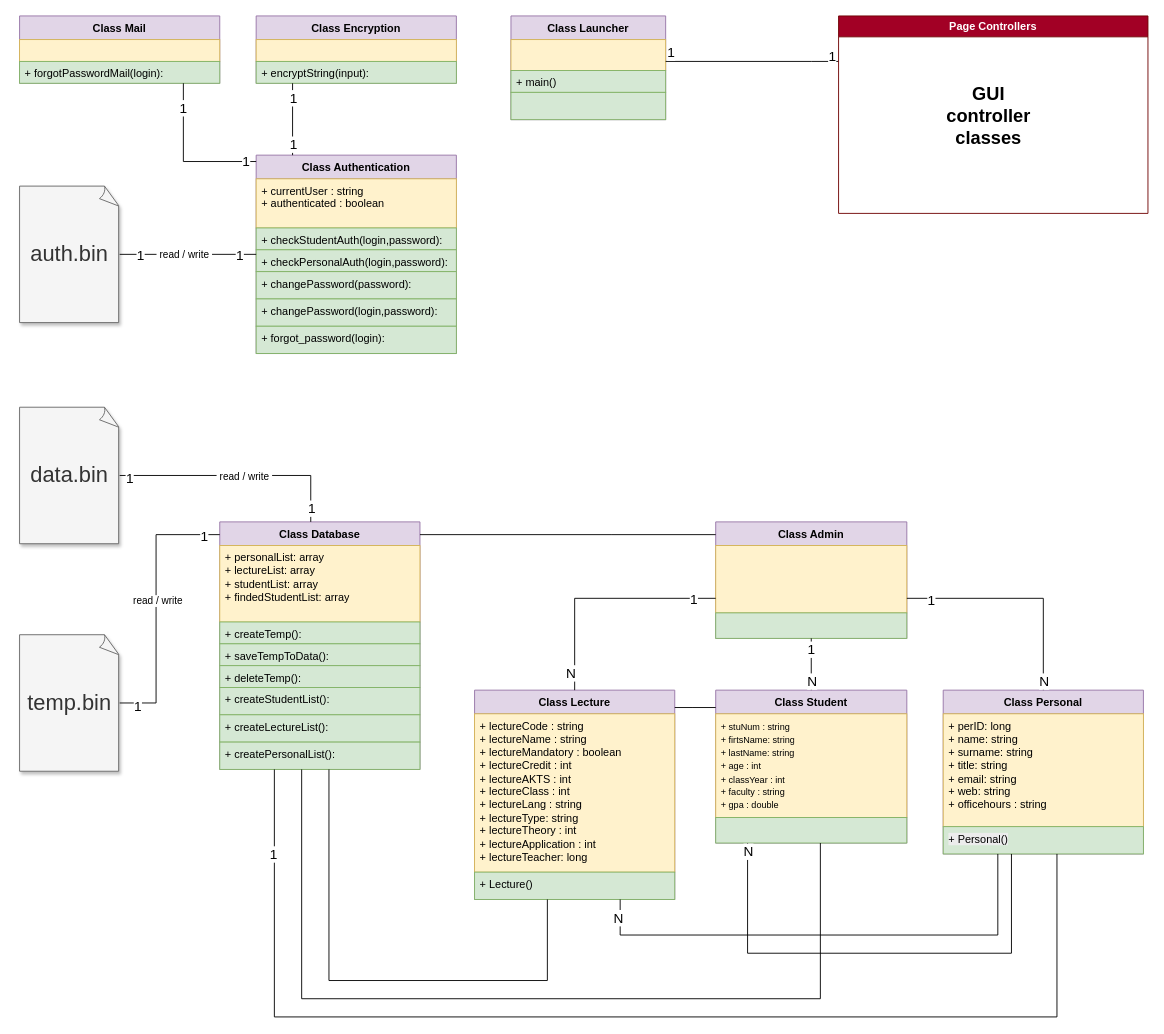
Before: UML_Diagram.drawio in rashidbestry/Student_Information_System, a draw.io diagram. Source tidied: cells renumbered, new cells numbered last; positions are measured from the earlier drawing's top-left corner, leaving out a move shared by most shapes. Both pictures are drawn from the tidied source at 91%, with x=0, y=0 at pixel (19, 15).
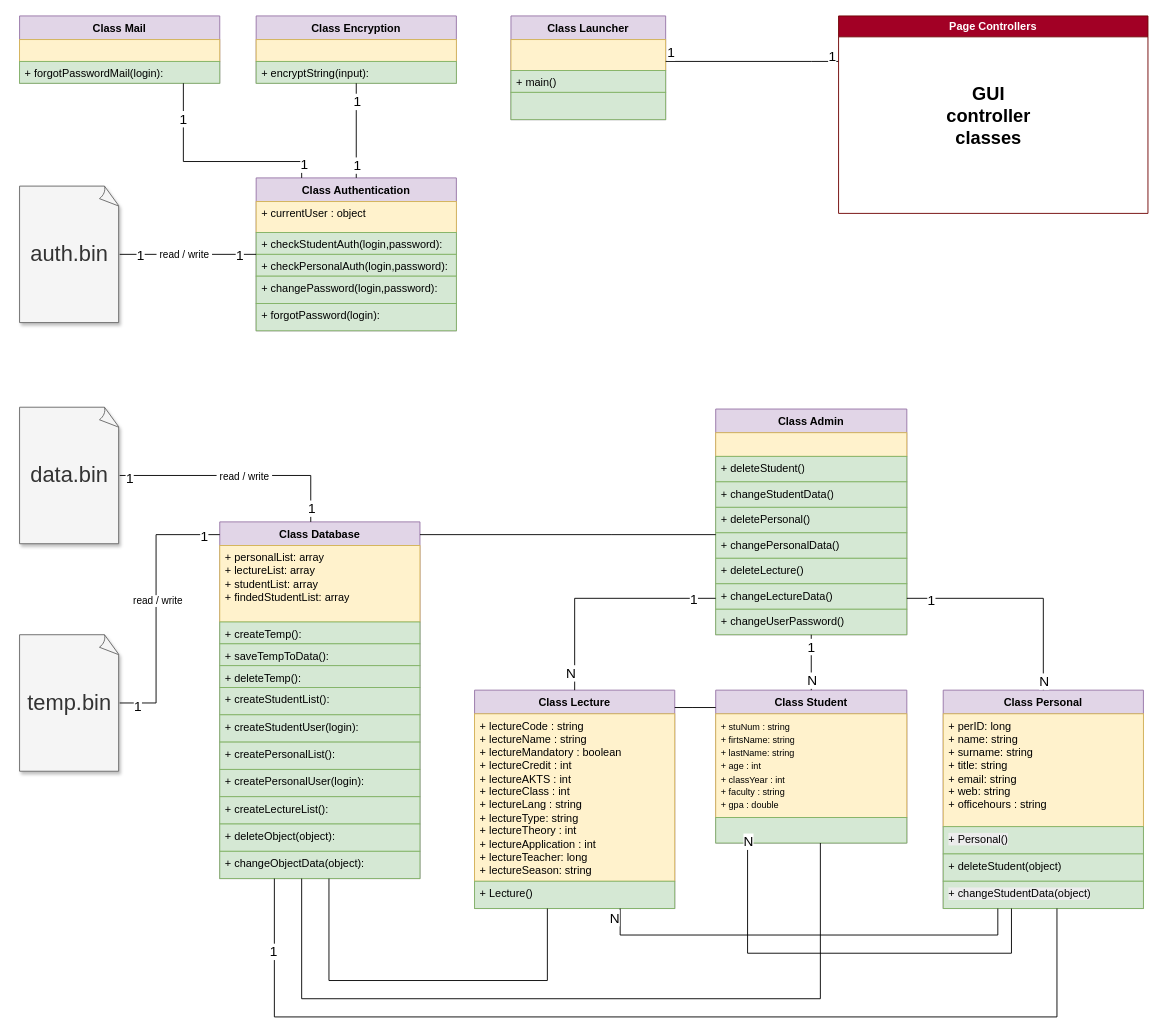
After the change.

Commit message (it also covers changes not shown here):
forgot password enabled, login logic errors fixed

Unchanged cells that the change refers to:
```xml
<mxCell id="67" value="Class Encryption" style="swimlane;fontStyle=1;align=center;verticalAlign=top;horizontal=1;startSize=26;whiteSpace=wrap;html=1;fillColor=#e1d5e7;strokeColor=#9673a6;swimlaneLine=1;" parent="1" vertex="1">
  <mxGeometry x="260" width="220" height="74" as="geometry" />
</mxCell>
<mxCell id="70" value="Class Mail" style="swimlane;fontStyle=1;align=center;verticalAlign=top;horizontal=1;startSize=26;whiteSpace=wrap;html=1;fillColor=#e1d5e7;strokeColor=#9673a6;swimlaneLine=1;" parent="1" vertex="1">
  <mxGeometry width="220" height="74" as="geometry" />
</mxCell>
```

Diff of the diagram source:
```diff
@@
     <mxCell id="7" value="Class Database" style="swimlane;fontStyle=1;align=center;verticalAlign=top;horizontal=1;startSize=26;whiteSpace=wrap;html=1;fillColor=#e1d5e7;strokeColor=#9673a6;swimlaneLine=1;" parent="1" vertex="1">
-      <mxGeometry x="220" y="556" width="220" height="272" as="geometry" />
+      <mxGeometry x="220" y="556" width="220" height="392" as="geometry" />
     </mxCell>
@@
+    <mxCell id="84" value="&lt;div&gt;&lt;span style=&quot;background-color: transparent; color: light-dark(rgb(0, 0, 0), rgb(255, 255, 255));&quot;&gt;+ createStudentUser(login):&lt;/span&gt;&lt;/div&gt;" style="text;strokeColor=#82b366;fillColor=#d5e8d4;align=left;verticalAlign=top;spacingLeft=4;spacingRight=4;overflow=hidden;whiteSpace=wrap;html=1;" parent="7" vertex="1">
+      <mxGeometry y="212" width="220" height="30" as="geometry" />
+    </mxCell>
+    <mxCell id="14" value="&lt;div&gt;&lt;span style=&quot;background-color: transparent; color: light-dark(rgb(0, 0, 0), rgb(255, 255, 255));&quot;&gt;+ createPersonalList():&lt;/span&gt;&lt;/div&gt;" style="text;strokeColor=#82b366;fillColor=#d5e8d4;align=left;verticalAlign=top;spacingLeft=4;spacingRight=4;overflow=hidden;whiteSpace=wrap;html=1;" parent="7" vertex="1">
+      <mxGeometry y="242" width="220" height="30" as="geometry" />
+    </mxCell>
+    <mxCell id="85" value="&lt;div&gt;&lt;span style=&quot;background-color: transparent; color: light-dark(rgb(0, 0, 0), rgb(255, 255, 255));&quot;&gt;+ createPersonalUser(login):&lt;/span&gt;&lt;/div&gt;" style="text;strokeColor=#82b366;fillColor=#d5e8d4;align=left;verticalAlign=top;spacingLeft=4;spacingRight=4;overflow=hidden;whiteSpace=wrap;html=1;" parent="7" vertex="1">
+      <mxGeometry y="272" width="220" height="30" as="geometry" />
+    </mxCell>
     <mxCell id="13" value="&lt;div&gt;&lt;span style=&quot;background-color: transparent; color: light-dark(rgb(0, 0, 0), rgb(255, 255, 255));&quot;&gt;+ createLectureList():&lt;/span&gt;&lt;/div&gt;" style="text;strokeColor=#82b366;fillColor=#d5e8d4;align=left;verticalAlign=top;spacingLeft=4;spacingRight=4;overflow=hidden;whiteSpace=wrap;html=1;" parent="7" vertex="1">
-      <mxGeometry y="212" width="220" height="30" as="geometry" />
+      <mxGeometry y="302" width="220" height="30" as="geometry" />
     </mxCell>
-    <mxCell id="14" value="&lt;div&gt;&lt;span style=&quot;background-color: transparent; color: light-dark(rgb(0, 0, 0), rgb(255, 255, 255));&quot;&gt;+ createPersonalList():&lt;/span&gt;&lt;/div&gt;" style="text;strokeColor=#82b366;fillColor=#d5e8d4;align=left;verticalAlign=top;spacingLeft=4;spacingRight=4;overflow=hidden;whiteSpace=wrap;html=1;" parent="7" vertex="1">
-      <mxGeometry y="242" width="220" height="30" as="geometry" />
-    </mxCell>
+    <mxCell id="86" value="&lt;div&gt;&lt;span style=&quot;background-color: transparent; color: light-dark(rgb(0, 0, 0), rgb(255, 255, 255));&quot;&gt;+ deleteObject(object):&lt;/span&gt;&lt;/div&gt;" style="text;strokeColor=#82b366;fillColor=#d5e8d4;align=left;verticalAlign=top;spacingLeft=4;spacingRight=4;overflow=hidden;whiteSpace=wrap;html=1;" parent="7" vertex="1">
+      <mxGeometry y="332" width="220" height="30" as="geometry" />
+    </mxCell>
+    <mxCell id="87" value="&lt;div&gt;&lt;span style=&quot;background-color: transparent; color: light-dark(rgb(0, 0, 0), rgb(255, 255, 255));&quot;&gt;+ changeObjectData(object):&lt;/span&gt;&lt;/div&gt;" style="text;strokeColor=#82b366;fillColor=#d5e8d4;align=left;verticalAlign=top;spacingLeft=4;spacingRight=4;overflow=hidden;whiteSpace=wrap;html=1;" parent="7" vertex="1">
+      <mxGeometry y="362" width="220" height="30" as="geometry" />
+    </mxCell>
@@
     <mxCell id="16" value="Class Personal" style="swimlane;fontStyle=1;align=center;verticalAlign=top;horizontal=1;startSize=26;whiteSpace=wrap;html=1;fillColor=#e1d5e7;strokeColor=#9673a6;swimlaneLine=1;" parent="1" vertex="1">
-      <mxGeometry x="1015" y="740.9" width="220" height="180" as="geometry" />
+      <mxGeometry x="1015" y="740.9" width="220" height="240" as="geometry" />
     </mxCell>
@@
-    <mxCell id="18" value="&lt;span style=&quot;color: rgb(0, 0, 0); font-family: Helvetica; font-size: 12px; font-style: normal; font-variant-ligatures: normal; font-variant-caps: normal; font-weight: 400; letter-spacing: normal; orphans: 2; text-align: left; text-indent: 0px; text-transform: none; widows: 2; word-spacing: 0px; -webkit-text-stroke-width: 0px; white-space: normal; background-color: rgb(236, 236, 236); text-decoration-thickness: initial; text-decoration-style: initial; text-decoration-color: initial; display: inline !important; float: none;&quot;&gt;+ Personal()&lt;/span&gt;" style="text;strokeColor=#82b366;fillColor=#d5e8d4;align=left;verticalAlign=top;spacingLeft=4;spacingRight=4;overflow=hidden;whiteSpace=wrap;html=1;" parent="16" vertex="1">
+    <mxCell id="18" value="&lt;span style=&quot;color: rgb(0, 0, 0); font-family: Helvetica; font-size: 12px; font-style: normal; font-variant-ligatures: normal; font-variant-caps: normal; font-weight: 400; letter-spacing: normal; orphans: 2; text-align: left; text-indent: 0px; text-transform: none; widows: 2; word-spacing: 0px; -webkit-text-stroke-width: 0px; white-space: normal; background-color: rgb(236, 236, 236); text-decoration-thickness: initial; text-decoration-style: initial; text-decoration-color: initial; display: inline !important; float: none;&quot;&gt;+ Personal()&lt;/span&gt;&lt;div&gt;&lt;br&gt;&lt;/div&gt;" style="text;strokeColor=#82b366;fillColor=#d5e8d4;align=left;verticalAlign=top;spacingLeft=4;spacingRight=4;overflow=hidden;whiteSpace=wrap;html=1;" parent="16" vertex="1">
       <mxGeometry y="150" width="220" height="30" as="geometry" />
     </mxCell>
+    <mxCell id="88" value="+ deleteStudent(object)&lt;div&gt;&lt;br&gt;&lt;/div&gt;" style="text;strokeColor=#82b366;fillColor=#d5e8d4;align=left;verticalAlign=top;spacingLeft=4;spacingRight=4;overflow=hidden;whiteSpace=wrap;html=1;" parent="16" vertex="1">
+      <mxGeometry y="180" width="220" height="30" as="geometry" />
+    </mxCell>
+    <mxCell id="89" value="&lt;div&gt;&lt;span style=&quot;color: rgb(0, 0, 0); font-family: Helvetica; font-size: 12px; font-style: normal; font-variant-ligatures: normal; font-variant-caps: normal; font-weight: 400; letter-spacing: normal; orphans: 2; text-align: left; text-indent: 0px; text-transform: none; widows: 2; word-spacing: 0px; -webkit-text-stroke-width: 0px; white-space: normal; background-color: rgb(236, 236, 236); text-decoration-thickness: initial; text-decoration-style: initial; text-decoration-color: initial; display: inline !important; float: none;&quot;&gt;+ changeStudentData(object)&lt;/span&gt;&lt;/div&gt;" style="text;strokeColor=#82b366;fillColor=#d5e8d4;align=left;verticalAlign=top;spacingLeft=4;spacingRight=4;overflow=hidden;whiteSpace=wrap;html=1;" parent="16" vertex="1">
+      <mxGeometry y="210" width="220" height="30" as="geometry" />
+    </mxCell>
     <mxCell id="19" value="Class Lecture" style="swimlane;fontStyle=1;align=center;verticalAlign=top;horizontal=1;startSize=26;whiteSpace=wrap;html=1;fillColor=#e1d5e7;strokeColor=#9673a6;swimlaneLine=1;" parent="1" vertex="1">
-      <mxGeometry x="500" y="740.9" width="220" height="230" as="geometry" />
+      <mxGeometry x="500" y="740.9" width="220" height="240" as="geometry" />
     </mxCell>
-    <mxCell id="20" value="+ lectureCode : string&lt;div&gt;+ lectureName : string&lt;/div&gt;&lt;div&gt;+ lectureMandatory : boolean&lt;/div&gt;&lt;div&gt;+ lectureCredit : int&lt;/div&gt;&lt;div&gt;+ lectureAKTS : int&lt;/div&gt;&lt;div&gt;+ lectureClass : int&lt;/div&gt;&lt;div&gt;+ lectureLang : string&lt;/div&gt;&lt;div&gt;+ lectureType: string&lt;/div&gt;&lt;div&gt;+ lectureTheory : int&lt;/div&gt;&lt;div&gt;+ lectureApplication : int&lt;/div&gt;&lt;div&gt;+ lectureTeacher: long&lt;/div&gt;" style="text;strokeColor=#d6b656;fillColor=#fff2cc;align=left;verticalAlign=top;spacingLeft=4;spacingRight=4;overflow=hidden;whiteSpace=wrap;html=1;" parent="19" vertex="1">
-      <mxGeometry y="26" width="220" height="174" as="geometry" />
+    <mxCell id="20" value="+ lectureCode : string&lt;div&gt;+ lectureName : string&lt;/div&gt;&lt;div&gt;+ lectureMandatory : boolean&lt;/div&gt;&lt;div&gt;+ lectureCredit : int&lt;/div&gt;&lt;div&gt;+ lectureAKTS : int&lt;/div&gt;&lt;div&gt;+ lectureClass : int&lt;/div&gt;&lt;div&gt;+ lectureLang : string&lt;/div&gt;&lt;div&gt;+ lectureType: string&lt;/div&gt;&lt;div&gt;+ lectureTheory : int&lt;/div&gt;&lt;div&gt;+ lectureApplication : int&lt;/div&gt;&lt;div&gt;+ lectureTeacher: long&lt;/div&gt;&lt;div&gt;+ lectureSeason: string&lt;/div&gt;" style="text;strokeColor=#d6b656;fillColor=#fff2cc;align=left;verticalAlign=top;spacingLeft=4;spacingRight=4;overflow=hidden;whiteSpace=wrap;html=1;" parent="19" vertex="1">
+      <mxGeometry y="26" width="220" height="184" as="geometry" />
     </mxCell>
     <mxCell id="21" value="+ Lecture()" style="text;strokeColor=#82b366;fillColor=#d5e8d4;align=left;verticalAlign=top;spacingLeft=4;spacingRight=4;overflow=hidden;whiteSpace=wrap;html=1;" parent="19" vertex="1">
-      <mxGeometry y="200" width="220" height="30" as="geometry" />
+      <mxGeometry y="210" width="220" height="30" as="geometry" />
     </mxCell>
@@
     <mxCell id="26" value="Class Authentication" style="swimlane;fontStyle=1;align=center;verticalAlign=top;horizontal=1;startSize=26;whiteSpace=wrap;html=1;fillColor=#e1d5e7;strokeColor=#9673a6;swimlaneLine=1;" parent="1" vertex="1">
-      <mxGeometry x="260" y="153" width="220" height="218" as="geometry" />
+      <mxGeometry x="260" y="178" width="220" height="168" as="geometry" />
     </mxCell>
-    <mxCell id="27" value="+ currentUser : string&lt;div&gt;&lt;div&gt;+ authenticated : boolean&lt;/div&gt;&lt;/div&gt;" style="text;strokeColor=#d6b656;fillColor=#fff2cc;align=left;verticalAlign=top;spacingLeft=4;spacingRight=4;overflow=hidden;whiteSpace=wrap;html=1;" parent="26" vertex="1">
-      <mxGeometry y="26" width="220" height="54" as="geometry" />
+    <mxCell id="27" value="+ currentUser : object" style="text;strokeColor=#d6b656;fillColor=#fff2cc;align=left;verticalAlign=top;spacingLeft=4;spacingRight=4;overflow=hidden;whiteSpace=wrap;html=1;" parent="26" vertex="1">
+      <mxGeometry y="26" width="220" height="34" as="geometry" />
     </mxCell>
     <mxCell id="28" value="&lt;div&gt;&lt;span style=&quot;background-color: transparent; color: light-dark(rgb(0, 0, 0), rgb(255, 255, 255));&quot;&gt;+ checkStudentAuth(login,password):&lt;/span&gt;&lt;/div&gt;" style="text;strokeColor=#82b366;fillColor=#d5e8d4;align=left;verticalAlign=top;spacingLeft=4;spacingRight=4;overflow=hidden;whiteSpace=wrap;html=1;" parent="26" vertex="1">
-      <mxGeometry y="80" width="220" height="24" as="geometry" />
+      <mxGeometry y="60" width="220" height="24" as="geometry" />
     </mxCell>
     <mxCell id="29" value="&lt;div&gt;&lt;span style=&quot;background-color: transparent; color: light-dark(rgb(0, 0, 0), rgb(255, 255, 255));&quot;&gt;+ checkPersonalAuth(login,password):&lt;/span&gt;&lt;/div&gt;" style="text;strokeColor=#82b366;fillColor=#d5e8d4;align=left;verticalAlign=top;spacingLeft=4;spacingRight=4;overflow=hidden;whiteSpace=wrap;html=1;" parent="26" vertex="1">
-      <mxGeometry y="104" width="220" height="24" as="geometry" />
+      <mxGeometry y="84" width="220" height="24" as="geometry" />
     </mxCell>
-    <mxCell id="30" value="&lt;div&gt;&lt;span style=&quot;background-color: transparent; color: light-dark(rgb(0, 0, 0), rgb(255, 255, 255));&quot;&gt;+ changePassword(password):&lt;/span&gt;&lt;/div&gt;" style="text;strokeColor=#82b366;fillColor=#d5e8d4;align=left;verticalAlign=top;spacingLeft=4;spacingRight=4;overflow=hidden;whiteSpace=wrap;html=1;" parent="26" vertex="1">
-      <mxGeometry y="128" width="220" height="30" as="geometry" />
-    </mxCell>
     <mxCell id="31" value="&lt;div&gt;&lt;span style=&quot;background-color: transparent; color: light-dark(rgb(0, 0, 0), rgb(255, 255, 255));&quot;&gt;+ changePassword(login,password):&lt;/span&gt;&lt;/div&gt;" style="text;strokeColor=#82b366;fillColor=#d5e8d4;align=left;verticalAlign=top;spacingLeft=4;spacingRight=4;overflow=hidden;whiteSpace=wrap;html=1;" parent="26" vertex="1">
-      <mxGeometry y="158" width="220" height="30" as="geometry" />
+      <mxGeometry y="108" width="220" height="30" as="geometry" />
     </mxCell>
-    <mxCell id="32" value="&lt;div&gt;&lt;span style=&quot;background-color: transparent; color: light-dark(rgb(0, 0, 0), rgb(255, 255, 255));&quot;&gt;+ forgot_password(login):&lt;/span&gt;&lt;/div&gt;" style="text;strokeColor=#82b366;fillColor=#d5e8d4;align=left;verticalAlign=top;spacingLeft=4;spacingRight=4;overflow=hidden;whiteSpace=wrap;html=1;" parent="26" vertex="1">
-      <mxGeometry y="188" width="220" height="30" as="geometry" />
+    <mxCell id="32" value="&lt;div&gt;&lt;span style=&quot;background-color: transparent; color: light-dark(rgb(0, 0, 0), rgb(255, 255, 255));&quot;&gt;+ forgotPassword(login):&lt;/span&gt;&lt;/div&gt;" style="text;strokeColor=#82b366;fillColor=#d5e8d4;align=left;verticalAlign=top;spacingLeft=4;spacingRight=4;overflow=hidden;whiteSpace=wrap;html=1;" parent="26" vertex="1">
+      <mxGeometry y="138" width="220" height="30" as="geometry" />
     </mxCell>
@@
     <mxCell id="40" value="Class Admin" style="swimlane;fontStyle=1;align=center;verticalAlign=top;horizontal=1;startSize=26;whiteSpace=wrap;html=1;strokeColor=#9673a6;fontFamily=Helvetica;fontSize=12;fillColor=#e1d5e7;" parent="1" vertex="1">
-      <mxGeometry x="765" y="556" width="210" height="128" as="geometry" />
+      <mxGeometry x="765" y="432" width="210" height="248" as="geometry" />
     </mxCell>
     <mxCell id="41" style="text;strokeColor=#d6b656;fillColor=#fff2cc;align=left;verticalAlign=top;spacingLeft=4;spacingRight=4;overflow=hidden;whiteSpace=wrap;html=1;fontFamily=Helvetica;fontSize=12;fontStyle=0;" parent="40" vertex="1">
-      <mxGeometry y="26" width="210" height="74" as="geometry" />
+      <mxGeometry y="26" width="210" height="26" as="geometry" />
     </mxCell>
+    <mxCell id="90" value="+ deleteStudent()" style="text;strokeColor=#82b366;fillColor=#d5e8d4;align=left;verticalAlign=top;spacingLeft=4;spacingRight=4;overflow=hidden;whiteSpace=wrap;html=1;fontFamily=Helvetica;fontSize=12;" parent="40" vertex="1">
+      <mxGeometry y="52" width="210" height="28" as="geometry" />
+    </mxCell>
+    <mxCell id="91" value="+ changeStudentData()" style="text;strokeColor=#82b366;fillColor=#d5e8d4;align=left;verticalAlign=top;spacingLeft=4;spacingRight=4;overflow=hidden;whiteSpace=wrap;html=1;fontFamily=Helvetica;fontSize=12;" parent="40" vertex="1">
+      <mxGeometry y="80" width="210" height="28" as="geometry" />
+    </mxCell>
+    <mxCell id="92" value="+ deletePersonal()" style="text;strokeColor=#82b366;fillColor=#d5e8d4;align=left;verticalAlign=top;spacingLeft=4;spacingRight=4;overflow=hidden;whiteSpace=wrap;html=1;fontFamily=Helvetica;fontSize=12;" parent="40" vertex="1">
+      <mxGeometry y="108" width="210" height="28" as="geometry" />
+    </mxCell>
+    <mxCell id="93" value="+ changePersonalData()" style="text;strokeColor=#82b366;fillColor=#d5e8d4;align=left;verticalAlign=top;spacingLeft=4;spacingRight=4;overflow=hidden;whiteSpace=wrap;html=1;fontFamily=Helvetica;fontSize=12;" parent="40" vertex="1">
+      <mxGeometry y="136" width="210" height="28" as="geometry" />
+    </mxCell>
-    <mxCell id="42" style="text;strokeColor=#82b366;fillColor=#d5e8d4;align=left;verticalAlign=top;spacingLeft=4;spacingRight=4;overflow=hidden;whiteSpace=wrap;html=1;fontFamily=Helvetica;fontSize=12;" parent="40" vertex="1">
-      <mxGeometry y="100" width="210" height="28" as="geometry" />
+    <mxCell id="42" value="+ deleteLecture()" style="text;strokeColor=#82b366;fillColor=#d5e8d4;align=left;verticalAlign=top;spacingLeft=4;spacingRight=4;overflow=hidden;whiteSpace=wrap;html=1;fontFamily=Helvetica;fontSize=12;" parent="40" vertex="1">
+      <mxGeometry y="164" width="210" height="28" as="geometry" />
     </mxCell>
+    <mxCell id="94" value="+ changeLectureData()" style="text;strokeColor=#82b366;fillColor=#d5e8d4;align=left;verticalAlign=top;spacingLeft=4;spacingRight=4;overflow=hidden;whiteSpace=wrap;html=1;fontFamily=Helvetica;fontSize=12;" parent="40" vertex="1">
+      <mxGeometry y="192" width="210" height="28" as="geometry" />
+    </mxCell>
+    <mxCell id="95" value="+ changeUserPassword()" style="text;strokeColor=#82b366;fillColor=#d5e8d4;align=left;verticalAlign=top;spacingLeft=4;spacingRight=4;overflow=hidden;whiteSpace=wrap;html=1;fontFamily=Helvetica;fontSize=12;" parent="40" vertex="1">
+      <mxGeometry y="220" width="210" height="28" as="geometry" />
+    </mxCell>
@@
-    <mxCell id="73" style="edgeStyle=none;orthogonalLoop=1;jettySize=auto;html=1;endArrow=none;startArrow=none;endSize=8;startSize=8;rounded=0;startFill=0;endFill=0;" parent="1" edge="1">
-      <mxGeometry relative="1" as="geometry">
-        <mxPoint x="300" y="74" as="sourcePoint" />
-        <mxPoint x="300" y="153" as="targetPoint" />
-      </mxGeometry>
+    <mxCell id="73" style="edgeStyle=none;jettySize=auto;html=1;endArrow=none;startArrow=none;endSize=8;startSize=8;rounded=0;startFill=0;endFill=0;" parent="1" edge="1" source="67" target="26">
+      <mxGeometry relative="1" as="geometry" />
     </mxCell>
@@
     <mxCell id="76" style="edgeStyle=segmentEdgeStyle;endArrow=none;html=1;curved=0;rounded=0;endSize=8;startSize=8;sourcePerimeterSpacing=0;targetPerimeterSpacing=0;endFill=0;" parent="1" edge="1" source="70" target="26">
       <mxGeometry relative="1" as="geometry">
         <Array as="points">
           <mxPoint x="180" y="160" />
+          <mxPoint x="310" y="160" />
         </Array>
       </mxGeometry>
     </mxCell>
```
